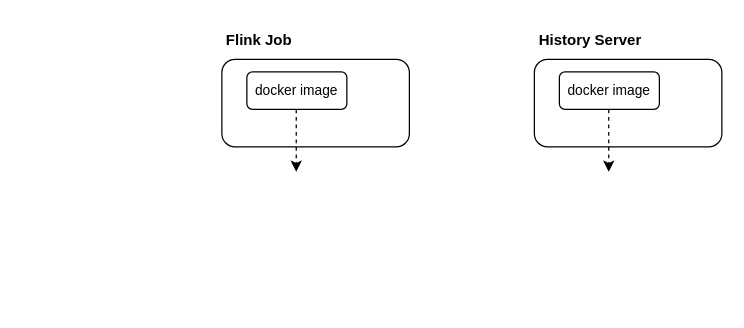
Before: page "第 1 页" (1 of 3) of Drawio/Flink History.drawio in xinzhuxiansheng/blog-notes, a draw.io diagram. Source tidied: cells renumbered, new cells numbered last; positions are measured from the earlier drawing's top-left corner, leaving out a move shared by most shapes. Both pictures are drawn from the tidied source at 125%, with x=0, y=0 at pixel (221, 21).
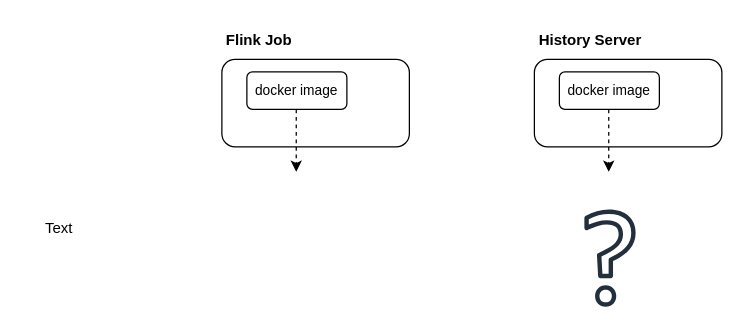
After the change.

Diff of the diagram source:
```diff
@@
 <mxGraphModel>
   <root>
     <mxCell id="0" />
     <mxCell id="1" parent="0" />
     <mxCell id="2" style="rounded=1;whiteSpace=wrap;html=1;" parent="1" vertex="1">
       <mxGeometry y="30" width="150" height="70" as="geometry" />
     </mxCell>
     <mxCell id="3" style="rounded=1;whiteSpace=wrap;html=1;" parent="1" vertex="1">
       <mxGeometry x="250" y="30" width="150" height="70" as="geometry" />
     </mxCell>
     <mxCell id="4" value="Flink Job" style="text;html=1;align=center;verticalAlign=middle;whiteSpace=wrap;rounded=0;fontStyle=1;" parent="1" vertex="1">
       <mxGeometry width="60" height="30" as="geometry" />
     </mxCell>
     <mxCell id="5" value="History Server" style="text;html=1;align=center;verticalAlign=middle;whiteSpace=wrap;rounded=0;fontStyle=1;" parent="1" vertex="1">
       <mxGeometry x="250" width="90" height="30" as="geometry" />
     </mxCell>
     <mxCell id="6" value="docker image" style="rounded=1;whiteSpace=wrap;html=1;fontSize=11;" parent="1" vertex="1">
       <mxGeometry x="20" y="40" width="80" height="30" as="geometry" />
     </mxCell>
     <mxCell id="7" value="docker image" style="rounded=1;whiteSpace=wrap;html=1;fontSize=11;" parent="1" vertex="1">
       <mxGeometry x="270" y="40" width="80" height="30" as="geometry" />
     </mxCell>
     <mxCell id="8" style="endArrow=classic;html=1;rounded=0;dashed=1;" parent="1" edge="1">
       <mxGeometry relative="1" as="geometry">
         <mxPoint x="59.5" y="70" as="sourcePoint" />
         <mxPoint x="59.5" y="120" as="targetPoint" />
       </mxGeometry>
     </mxCell>
     <mxCell id="9" style="endArrow=classic;html=1;rounded=0;dashed=1;" parent="1" edge="1">
       <mxGeometry relative="1" as="geometry">
         <mxPoint x="309.5" y="70" as="sourcePoint" />
         <mxPoint x="309.5" y="120" as="targetPoint" />
       </mxGeometry>
     </mxCell>
+    <mxCell id="10" style="sketch=0;fontColor=#232F3E;gradientColor=none;fillColor=#232F3D;strokeColor=none;dashed=0;verticalLabelPosition=bottom;verticalAlign=top;align=center;html=1;fontSize=12;fontStyle=0;shape=mxgraph.aws4.question;" parent="1" vertex="1">
+      <mxGeometry x="290" y="150" width="41" height="78" as="geometry" />
+    </mxCell>
+    <mxCell id="11" value="Text" style="text;html=1;align=center;verticalAlign=middle;whiteSpace=wrap;rounded=0;" parent="1" vertex="1">
+      <mxGeometry x="-160" y="150" width="60" height="30" as="geometry" />
+    </mxCell>
   </root>
 </mxGraphModel>
```
